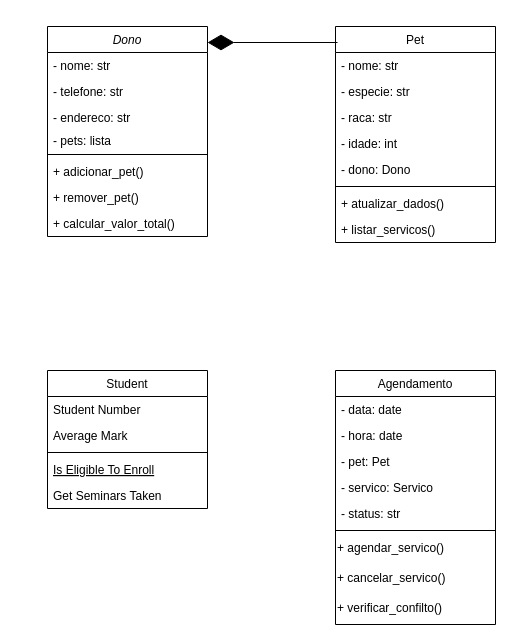
The draw.io diagram UML.drawio in matheussilvano/dsoo-gestao-de-pets, before the edit. Source tidied: cells renumbered, new cells numbered last; positions are measured from the earlier drawing's top-left corner, leaving out a move shared by most shapes. Both pictures are drawn from the tidied source at 100%, with x=0, y=0 at pixel (47, 26).
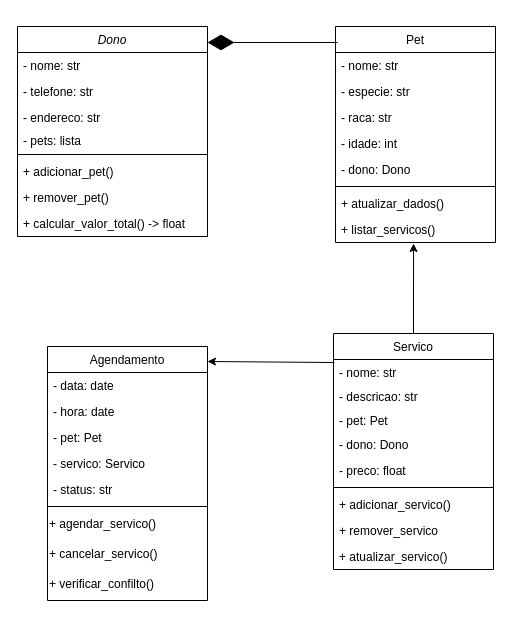
The same diagram, later.

Unchanged cells that the change refers to:
```xml
<mxCell id="35" value="+ listar_servicos()" style="text;align=left;verticalAlign=top;spacingLeft=4;spacingRight=4;overflow=hidden;points=[[0,0.5],[1,0.5]];portConstraint=eastwest;" parent="27" vertex="1">
  <mxGeometry y="190" width="160" height="26" as="geometry" />
</mxCell>
```

Diff of the diagram source:
```diff
@@
     <mxCell id="2" value="Dono&#10;" style="swimlane;fontStyle=2;align=center;verticalAlign=top;horizontal=1;startSize=26;rounded=0;shadow=0;strokeWidth=1;" parent="1" vertex="1">
-      <mxGeometry width="160" height="210" as="geometry" />
+      <mxGeometry x="-30" width="190" height="210" as="geometry" />
     </mxCell>
     <mxCell id="3" value="- nome: str&#10;" style="text;align=left;verticalAlign=top;spacingLeft=4;spacingRight=4;overflow=hidden;" parent="2" vertex="1">
-      <mxGeometry y="26" width="160" height="26" as="geometry" />
+      <mxGeometry y="26" width="190" height="26" as="geometry" />
     </mxCell>
     <mxCell id="4" value="- telefone: str" style="text;align=left;verticalAlign=top;spacingLeft=4;spacingRight=4;overflow=hidden;rounded=0;shadow=0;html=0;" parent="2" vertex="1">
-      <mxGeometry y="52" width="160" height="26" as="geometry" />
+      <mxGeometry y="52" width="190" height="26" as="geometry" />
     </mxCell>
     <mxCell id="5" value="- endereco: str" style="text;align=left;verticalAlign=top;spacingLeft=4;spacingRight=4;overflow=hidden;rounded=0;shadow=0;html=0;" parent="2" vertex="1">
-      <mxGeometry y="78" width="160" height="23" as="geometry" />
+      <mxGeometry y="78" width="190" height="23" as="geometry" />
     </mxCell>
     <mxCell id="6" value="- pets: lista" style="text;align=left;verticalAlign=top;spacingLeft=4;spacingRight=4;overflow=hidden;rounded=0;shadow=0;html=0;" parent="2" vertex="1">
-      <mxGeometry y="101" width="160" height="23" as="geometry" />
+      <mxGeometry y="101" width="190" height="23" as="geometry" />
     </mxCell>
     <mxCell id="7" style="line;html=1;strokeWidth=1;align=left;verticalAlign=middle;spacingTop=-1;spacingLeft=3;spacingRight=3;labelPosition=right;" parent="2" vertex="1">
-      <mxGeometry y="124" width="160" height="8" as="geometry" />
+      <mxGeometry y="124" width="190" height="8" as="geometry" />
     </mxCell>
     <mxCell id="8" value="+ adicionar_pet()" style="text;align=left;verticalAlign=top;spacingLeft=4;spacingRight=4;overflow=hidden;" parent="2" vertex="1">
-      <mxGeometry y="132" width="160" height="26" as="geometry" />
+      <mxGeometry y="132" width="190" height="26" as="geometry" />
     </mxCell>
     <mxCell id="9" value="+ remover_pet()" style="text;align=left;verticalAlign=top;spacingLeft=4;spacingRight=4;overflow=hidden;" parent="2" vertex="1">
-      <mxGeometry y="158" width="160" height="26" as="geometry" />
+      <mxGeometry y="158" width="190" height="26" as="geometry" />
     </mxCell>
-    <mxCell id="10" value="+ calcular_valor_total()" style="text;align=left;verticalAlign=top;spacingLeft=4;spacingRight=4;overflow=hidden;" parent="2" vertex="1">
-      <mxGeometry y="184" width="160" height="26" as="geometry" />
+    <mxCell id="10" value="+ calcular_valor_total() -&gt; float" style="text;align=left;verticalAlign=top;spacingLeft=4;spacingRight=4;overflow=hidden;" parent="2" vertex="1">
+      <mxGeometry y="184" width="190" height="26" as="geometry" />
     </mxCell>
+    <mxCell id="37" style="edgeStyle=orthogonalEdgeStyle;rounded=0;jettySize=auto;html=1;entryX=0.488;entryY=1.038;entryDx=0;entryDy=0;entryPerimeter=0;" parent="1" edge="1" source="11" target="35">
+      <mxGeometry relative="1" as="geometry" />
+    </mxCell>
-    <mxCell id="11" value="Student" style="swimlane;fontStyle=0;align=center;verticalAlign=top;horizontal=1;startSize=26;rounded=0;shadow=0;strokeWidth=1;" parent="1" vertex="1">
-      <mxGeometry y="344" width="160" height="138" as="geometry" />
+    <mxCell id="11" value="Servico" style="swimlane;fontStyle=0;align=center;verticalAlign=top;horizontal=1;startSize=26;rounded=0;shadow=0;strokeWidth=1;" parent="1" vertex="1">
+      <mxGeometry x="286" y="307" width="160" height="236" as="geometry" />
     </mxCell>
+    <mxCell id="38" value="- nome: str" style="text;align=left;verticalAlign=top;spacingLeft=4;spacingRight=4;overflow=hidden;" parent="11" vertex="1">
+      <mxGeometry y="26" width="160" height="24" as="geometry" />
+    </mxCell>
+    <mxCell id="39" value="- descricao: str" style="text;align=left;verticalAlign=top;spacingLeft=4;spacingRight=4;overflow=hidden;" parent="11" vertex="1">
+      <mxGeometry y="50" width="160" height="24" as="geometry" />
+    </mxCell>
-    <mxCell id="12" value="Student Number" style="text;align=left;verticalAlign=top;spacingLeft=4;spacingRight=4;overflow=hidden;" parent="11" vertex="1">
-      <mxGeometry y="26" width="160" height="26" as="geometry" />
+    <mxCell id="12" value="- pet: Pet" style="text;align=left;verticalAlign=top;spacingLeft=4;spacingRight=4;overflow=hidden;" parent="11" vertex="1">
+      <mxGeometry y="74" width="160" height="24" as="geometry" />
     </mxCell>
-    <mxCell id="13" value="Average Mark" style="text;align=left;verticalAlign=top;spacingLeft=4;spacingRight=4;overflow=hidden;rounded=0;shadow=0;html=0;" parent="11" vertex="1">
-      <mxGeometry y="52" width="160" height="26" as="geometry" />
+    <mxCell id="13" value="- dono: Dono" style="text;align=left;verticalAlign=top;spacingLeft=4;spacingRight=4;overflow=hidden;rounded=0;shadow=0;html=0;" parent="11" vertex="1">
+      <mxGeometry y="98" width="160" height="26" as="geometry" />
     </mxCell>
+    <mxCell id="40" value="- preco: float" style="text;align=left;verticalAlign=top;spacingLeft=4;spacingRight=4;overflow=hidden;rounded=0;shadow=0;html=0;" parent="11" vertex="1">
+      <mxGeometry y="124" width="160" height="26" as="geometry" />
+    </mxCell>
     <mxCell id="14" style="line;html=1;strokeWidth=1;align=left;verticalAlign=middle;spacingTop=-1;spacingLeft=3;spacingRight=3;labelPosition=right;" parent="11" vertex="1">
-      <mxGeometry y="78" width="160" height="8" as="geometry" />
+      <mxGeometry y="150" width="160" height="8" as="geometry" />
     </mxCell>
-    <mxCell id="15" value="Is Eligible To Enroll" style="text;align=left;verticalAlign=top;spacingLeft=4;spacingRight=4;overflow=hidden;fontStyle=4;" parent="11" vertex="1">
-      <mxGeometry y="86" width="160" height="26" as="geometry" />
-    </mxCell>
-    <mxCell id="16" value="Get Seminars Taken" style="text;align=left;verticalAlign=top;spacingLeft=4;spacingRight=4;overflow=hidden;" parent="11" vertex="1">
-      <mxGeometry y="112" width="160" height="26" as="geometry" />
+    <mxCell id="16" value="+ adicionar_servico()" style="text;align=left;verticalAlign=top;spacingLeft=4;spacingRight=4;overflow=hidden;" parent="11" vertex="1">
+      <mxGeometry y="158" width="160" height="26" as="geometry" />
     </mxCell>
+    <mxCell id="41" value="+ remover_servico" style="text;align=left;verticalAlign=top;spacingLeft=4;spacingRight=4;overflow=hidden;" parent="11" vertex="1">
+      <mxGeometry y="184" width="160" height="26" as="geometry" />
+    </mxCell>
+    <mxCell id="42" value="+ atualizar_servico()" style="text;align=left;verticalAlign=top;spacingLeft=4;spacingRight=4;overflow=hidden;" parent="11" vertex="1">
+      <mxGeometry y="210" width="160" height="26" as="geometry" />
+    </mxCell>
     <mxCell id="17" value="Agendamento" style="swimlane;fontStyle=0;align=center;verticalAlign=top;horizontal=1;startSize=26;rounded=0;shadow=0;strokeWidth=1;" parent="1" vertex="1">
-      <mxGeometry x="288" y="344" width="160" height="254" as="geometry" />
+      <mxGeometry y="320" width="160" height="254" as="geometry" />
     </mxCell>
@@
+    <mxCell id="43" style="endArrow=classic;html=1;rounded=0;entryX=1.006;entryY=0.071;entryDx=0;entryDy=0;entryPerimeter=0;exitX=0.006;exitY=0.123;exitDx=0;exitDy=0;exitPerimeter=0;" parent="1" edge="1" source="11">
+      <mxGeometry relative="1" as="geometry">
+        <mxPoint x="160" y="335" as="targetPoint" />
+      </mxGeometry>
+    </mxCell>
```
